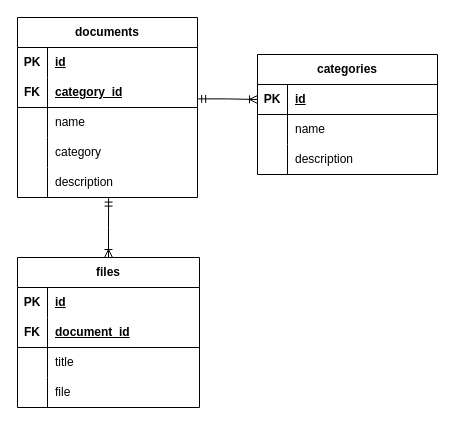
khaledfathi/documents_vault keeps this draw.io diagram as diagrams/diagram.drawio. Above is the earlier version. Source tidied: cells renumbered, new cells numbered last; positions are measured from the earlier drawing's top-left corner, leaving out a move shared by most shapes. Both pictures are drawn from the tidied source at 100%, with x=0, y=0 at pixel (17, 17).
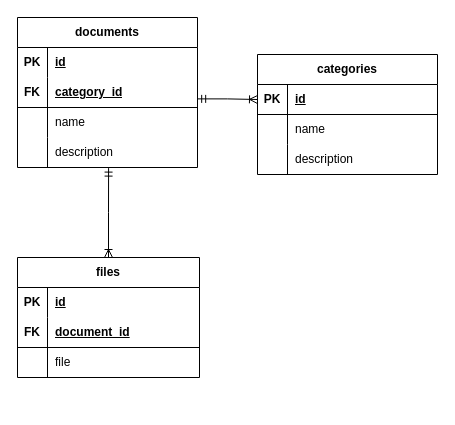
After the change.

Diff of the diagram source:
```diff
@@
     <mxCell id="3" value="files" style="shape=table;startSize=30;childLayout=tableLayout;rowLines=0;fontStyle=1;align=center;html=1;whiteSpace=wrap;" parent="1" vertex="1">
-      <mxGeometry y="240" width="182" height="150" as="geometry" />
+      <mxGeometry y="240" width="182" height="120" as="geometry" />
     </mxCell>
@@
-    <mxCell id="10" style="shape=tableRow;horizontal=0;startSize=0;swimlaneHead=0;swimlaneBody=0;fillColor=none;top=0;left=0;right=0;bottom=0;html=1;" parent="3" vertex="1">
-      <mxGeometry y="90" width="182" height="30" as="geometry" />
-    </mxCell>
-    <mxCell id="11" style="shape=partialRectangle;fillColor=none;top=0;left=0;bottom=0;right=0;overflow=hidden;html=1;whiteSpace=wrap;" parent="10" vertex="1">
-      <mxGeometry width="30" height="30" as="geometry" />
-    </mxCell>
-    <mxCell id="12" value="title" style="shape=partialRectangle;fillColor=none;top=0;left=0;bottom=0;right=0;align=left;spacingLeft=6;overflow=hidden;html=1;whiteSpace=wrap;" parent="10" vertex="1">
-      <mxGeometry x="30" width="152" height="30" as="geometry" />
-    </mxCell>
     <mxCell id="13" style="shape=tableRow;horizontal=0;startSize=0;swimlaneHead=0;swimlaneBody=0;fillColor=none;top=0;left=0;right=0;bottom=0;html=1;" parent="3" vertex="1">
-      <mxGeometry y="120" width="182" height="30" as="geometry" />
+      <mxGeometry y="90" width="182" height="30" as="geometry" />
     </mxCell>
@@
     <mxCell id="27" value="documents" style="shape=table;startSize=30;childLayout=tableLayout;rowLines=0;fontStyle=1;align=center;html=1;whiteSpace=wrap;" parent="1" vertex="1">
-      <mxGeometry width="180" height="180" as="geometry" />
+      <mxGeometry width="180" height="150" as="geometry" />
     </mxCell>
@@
-    <mxCell id="37" style="shape=tableRow;horizontal=0;startSize=0;swimlaneHead=0;swimlaneBody=0;fillColor=none;top=0;left=0;right=0;bottom=0;html=1;" parent="27" vertex="1">
-      <mxGeometry y="120" width="180" height="30" as="geometry" />
-    </mxCell>
-    <mxCell id="38" style="shape=partialRectangle;fillColor=none;top=0;left=0;bottom=0;right=0;overflow=hidden;html=1;whiteSpace=wrap;" parent="37" vertex="1">
-      <mxGeometry width="30" height="30" as="geometry" />
-    </mxCell>
-    <mxCell id="39" value="category" style="shape=partialRectangle;fillColor=none;top=0;left=0;bottom=0;right=0;align=left;spacingLeft=6;overflow=hidden;html=1;whiteSpace=wrap;" parent="37" vertex="1">
-      <mxGeometry x="30" width="150" height="30" as="geometry" />
-    </mxCell>
     <mxCell id="40" style="shape=tableRow;horizontal=0;startSize=0;swimlaneHead=0;swimlaneBody=0;fillColor=none;points=[[0,0.5],[1,0.5]];portConstraint=eastwest;top=0;left=0;right=0;bottom=0;html=1;" parent="27" vertex="1">
-      <mxGeometry y="150" width="180" height="30" as="geometry" />
+      <mxGeometry y="120" width="180" height="30" as="geometry" />
     </mxCell>
```
